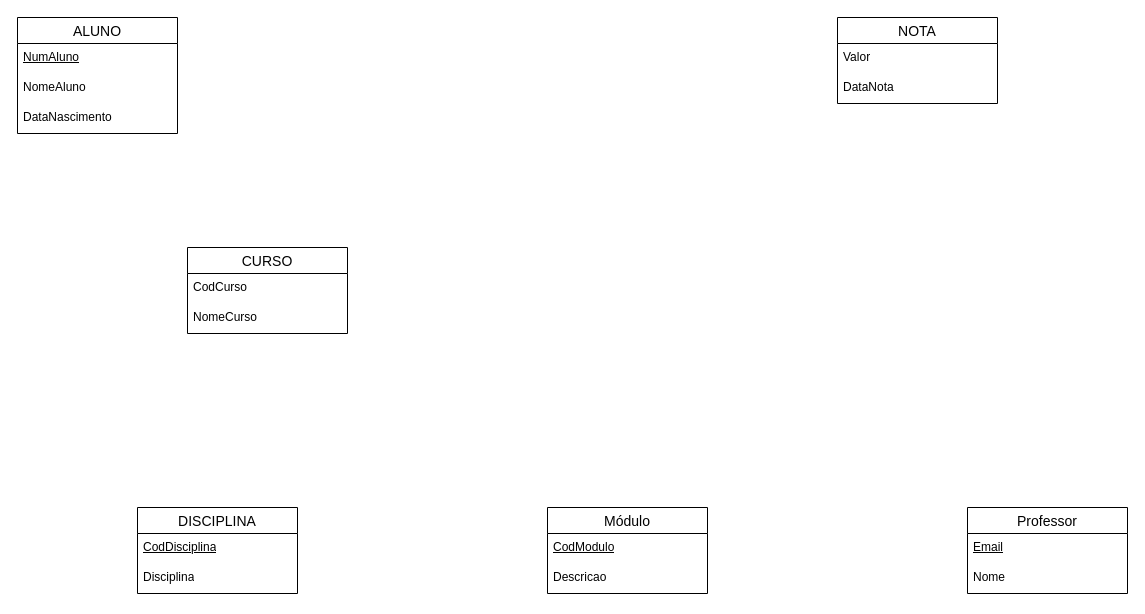
This is Diagrama sem nome.drawio from Frederico994/Diagramas, a draw.io file, before an edit. Source tidied: cells renumbered, new cells numbered last; positions are measured from the earlier drawing's top-left corner, leaving out a move shared by most shapes. Both pictures are drawn from the tidied source at 100%, with x=0, y=0 at pixel (17, 17).
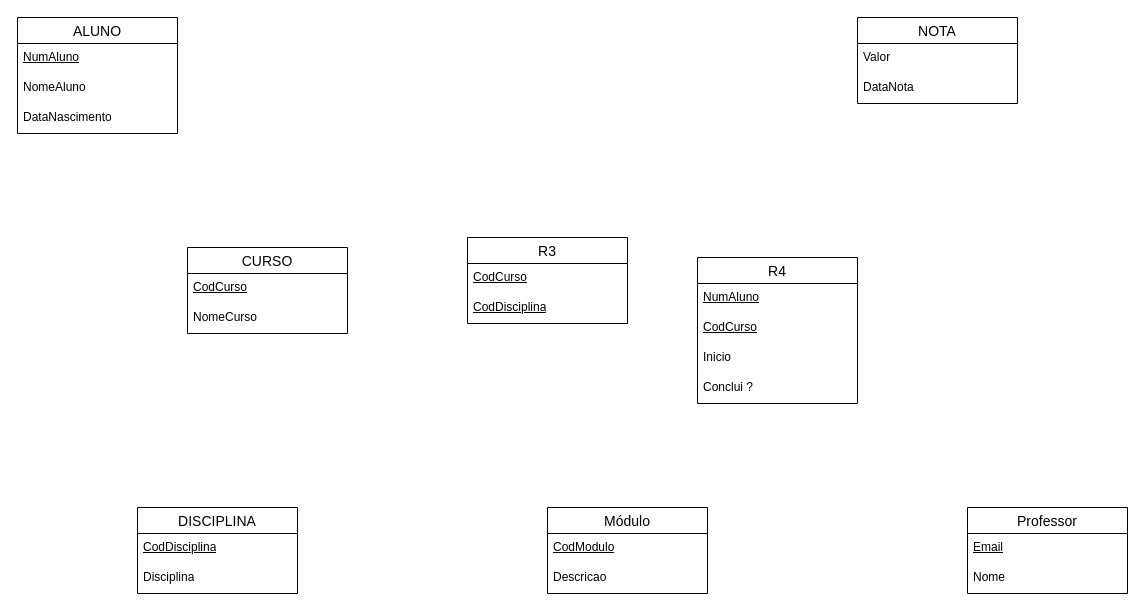
The same page after the edit.

The change refers to these unchanged cells:
```xml
<mxCell id="18" value="CURSO" style="swimlane;fontStyle=0;horizontal=1;startSize=26;align=center;fontSize=14;" parent="1" vertex="1">
  <mxGeometry x="170" y="230" width="160" height="86" as="geometry" />
</mxCell>
```

What changed in the source:
```diff
@@
     <mxCell id="6" value="NOTA" style="swimlane;fontStyle=0;horizontal=1;startSize=26;align=center;fontSize=14;" parent="1" vertex="1">
-      <mxGeometry x="820" width="160" height="86" as="geometry" />
+      <mxGeometry x="840" width="160" height="86" as="geometry" />
     </mxCell>
@@
-    <mxCell id="19" value="CodCurso" style="text;strokeColor=none;fillColor=none;spacingLeft=4;spacingRight=4;overflow=hidden;fontSize=12;whiteSpace=wrap;html=1;" parent="18" vertex="1">
+    <mxCell id="19" value="CodCurso" style="text;strokeColor=none;fillColor=none;spacingLeft=4;spacingRight=4;overflow=hidden;fontSize=12;whiteSpace=wrap;html=1;fontStyle=4;" parent="18" vertex="1">
       <mxGeometry y="26" width="160" height="30" as="geometry" />
     </mxCell>
@@
+    <mxCell id="21" value="R3" style="swimlane;fontStyle=0;horizontal=1;startSize=26;align=center;fontSize=14;" parent="1" vertex="1">
+      <mxGeometry x="450" y="220" width="160" height="86" as="geometry" />
+    </mxCell>
+    <mxCell id="22" value="CodCurso" style="text;strokeColor=none;fillColor=none;spacingLeft=4;spacingRight=4;overflow=hidden;fontSize=12;whiteSpace=wrap;html=1;fontStyle=4;" parent="21" vertex="1">
+      <mxGeometry y="26" width="160" height="30" as="geometry" />
+    </mxCell>
+    <mxCell id="23" value="CodDisciplina" style="text;strokeColor=none;fillColor=none;spacingLeft=4;spacingRight=4;overflow=hidden;fontSize=12;whiteSpace=wrap;html=1;fontStyle=4;" parent="21" vertex="1">
+      <mxGeometry y="56" width="160" height="30" as="geometry" />
+    </mxCell>
+    <mxCell id="24" value="R4" style="swimlane;fontStyle=0;horizontal=1;startSize=26;align=center;fontSize=14;" parent="1" vertex="1">
+      <mxGeometry x="680" y="240" width="160" height="146" as="geometry" />
+    </mxCell>
+    <mxCell id="25" value="NumAluno" style="text;strokeColor=none;fillColor=none;spacingLeft=4;spacingRight=4;overflow=hidden;fontSize=12;whiteSpace=wrap;html=1;fontStyle=4;" parent="24" vertex="1">
+      <mxGeometry y="26" width="160" height="30" as="geometry" />
+    </mxCell>
+    <mxCell id="26" value="CodCurso" style="text;strokeColor=none;fillColor=none;spacingLeft=4;spacingRight=4;overflow=hidden;fontSize=12;whiteSpace=wrap;html=1;fontStyle=4;" parent="24" vertex="1">
+      <mxGeometry y="56" width="160" height="30" as="geometry" />
+    </mxCell>
+    <mxCell id="27" value="Inicio" style="text;strokeColor=none;fillColor=none;spacingLeft=4;spacingRight=4;overflow=hidden;fontSize=12;whiteSpace=wrap;html=1;" parent="24" vertex="1">
+      <mxGeometry y="86" width="160" height="30" as="geometry" />
+    </mxCell>
+    <mxCell id="28" value="Conclui ?" style="text;strokeColor=none;fillColor=none;spacingLeft=4;spacingRight=4;overflow=hidden;fontSize=12;whiteSpace=wrap;html=1;" parent="24" vertex="1">
+      <mxGeometry y="116" width="160" height="30" as="geometry" />
+    </mxCell>
```
